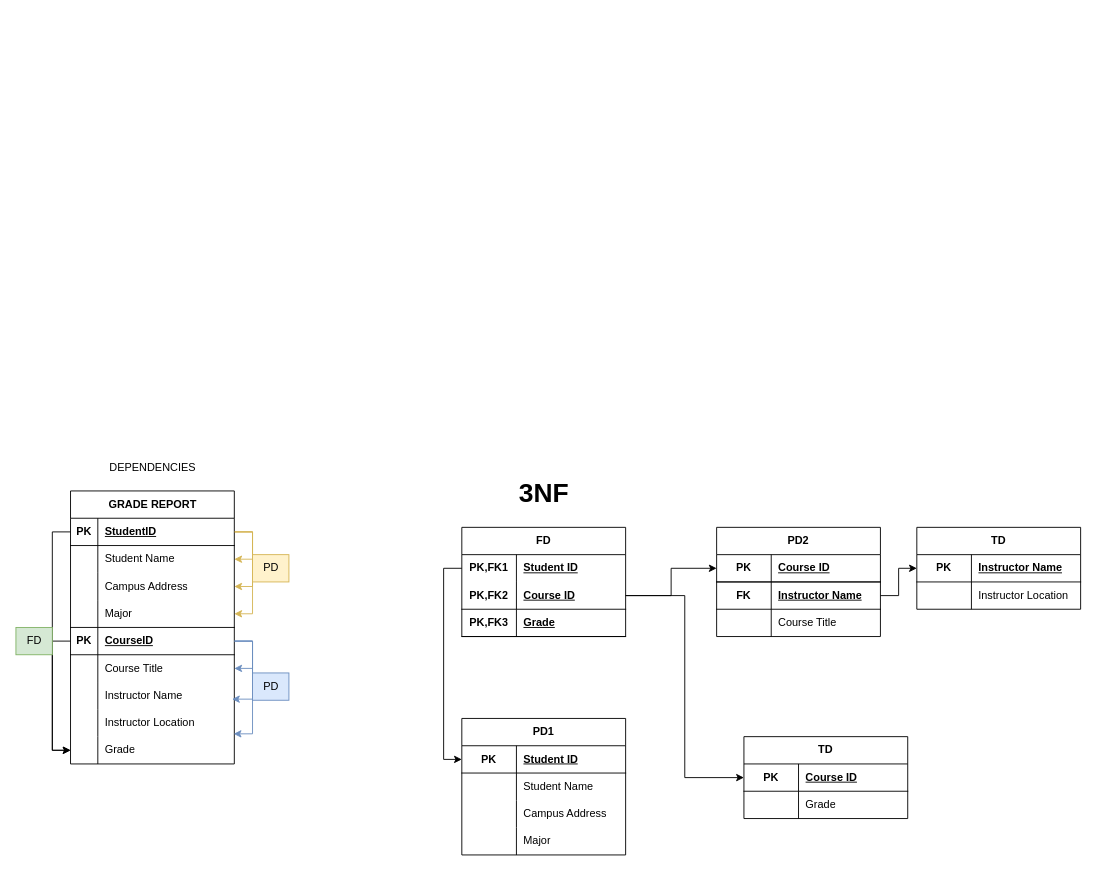
Earlier version of the draw.io diagram page "Exercise #2" (2 of 2) of Logical Models & Normalization.drawio (robeeds/is380-drawio). Source tidied: cells renumbered, new cells numbered last; positions are measured from the earlier drawing's top-left corner, leaving out a move shared by most shapes. Both pictures are drawn from the tidied source at 91%, with x=0, y=0 at pixel (15, 454).
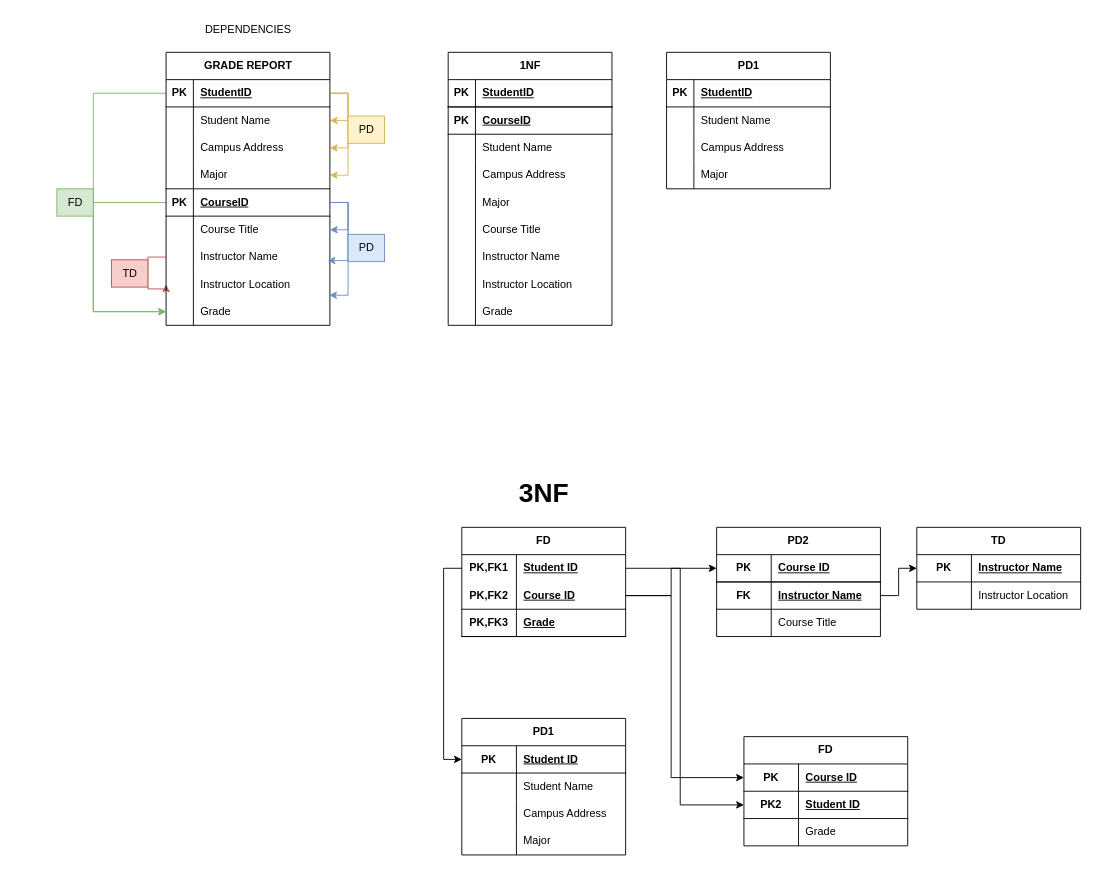
Above is the later version.

Unchanged cells that the change refers to:
```xml
<mxCell id="6" style="shape=tableRow;horizontal=0;startSize=0;swimlaneHead=0;swimlaneBody=0;fillColor=none;points=[[0,0.5],[1,0.5]];portConstraint=eastwest;top=0;left=0;right=0;bottom=0;html=1;" parent="5" vertex="1">
  <mxGeometry y="30" width="180" height="30" as="geometry" />
</mxCell>
<mxCell id="9" style="shape=tableRow;horizontal=0;startSize=0;swimlaneHead=0;swimlaneBody=0;fillColor=none;points=[[0,0.5],[1,0.5]];portConstraint=eastwest;top=0;left=0;right=0;bottom=1;html=1;" parent="5" vertex="1">
  <mxGeometry y="60" width="180" height="30" as="geometry" />
</mxCell>
<mxCell id="44" style="shape=tableRow;horizontal=0;startSize=0;swimlaneHead=0;swimlaneBody=0;fillColor=none;points=[[0,0.5],[1,0.5]];portConstraint=eastwest;top=0;left=0;right=0;bottom=1;html=1;" parent="43" vertex="1">
  <mxGeometry y="30" width="180" height="30" as="geometry" />
</mxCell>
<mxCell id="47" style="shape=tableRow;horizontal=0;startSize=0;swimlaneHead=0;swimlaneBody=0;fillColor=none;points=[[0,0.5],[1,0.5]];portConstraint=eastwest;top=0;left=0;right=0;bottom=0;html=1;" parent="43" vertex="1">
  <mxGeometry y="60" width="180" height="30" as="geometry" />
</mxCell>
<mxCell id="59" style="shape=tableRow;horizontal=0;startSize=0;swimlaneHead=0;swimlaneBody=0;fillColor=none;points=[[0,0.5],[1,0.5]];portConstraint=eastwest;top=0;left=0;right=0;bottom=1;" parent="58" vertex="1">
  <mxGeometry y="30" width="180" height="30" as="geometry" />
</mxCell>
<mxCell id="62" style="shape=tableRow;horizontal=0;startSize=0;swimlaneHead=0;swimlaneBody=0;fillColor=none;points=[[0,0.5],[1,0.5]];portConstraint=eastwest;top=0;left=0;right=0;bottom=0;" parent="58" vertex="1">
  <mxGeometry y="60" width="180" height="30" as="geometry" />
</mxCell>
<mxCell id="68" style="shape=tableRow;horizontal=0;startSize=0;swimlaneHead=0;swimlaneBody=0;fillColor=none;points=[[0,0.5],[1,0.5]];portConstraint=eastwest;top=0;left=0;right=0;bottom=0;" parent="58" vertex="1">
  <mxGeometry y="120" width="180" height="30" as="geometry" />
</mxCell>
<mxCell id="71" style="shape=tableRow;horizontal=0;startSize=0;swimlaneHead=0;swimlaneBody=0;fillColor=none;points=[[0,0.5],[1,0.5]];portConstraint=eastwest;top=1;left=0;right=0;bottom=1;" parent="58" vertex="1">
  <mxGeometry y="150" width="180" height="30" as="geometry" />
</mxCell>
<mxCell id="74" style="shape=tableRow;horizontal=0;startSize=0;swimlaneHead=0;swimlaneBody=0;fillColor=none;points=[[0,0.5],[1,0.5]];portConstraint=eastwest;top=0;left=0;right=0;bottom=0;" parent="58" vertex="1">
  <mxGeometry y="180" width="180" height="30" as="geometry" />
</mxCell>
<mxCell id="77" style="shape=tableRow;horizontal=0;startSize=0;swimlaneHead=0;swimlaneBody=0;fillColor=none;points=[[0,0.5],[1,0.5]];portConstraint=eastwest;top=0;left=0;right=0;bottom=0;" parent="58" vertex="1">
  <mxGeometry y="210" width="180" height="30" as="geometry" />
</mxCell>
<mxCell id="80" style="shape=tableRow;horizontal=0;startSize=0;swimlaneHead=0;swimlaneBody=0;fillColor=none;points=[[0,0.5],[1,0.5]];portConstraint=eastwest;top=0;left=0;right=0;bottom=0;" parent="58" vertex="1">
  <mxGeometry y="240" width="180" height="30" as="geometry" />
</mxCell>
<mxCell id="83" style="shape=tableRow;horizontal=0;startSize=0;swimlaneHead=0;swimlaneBody=0;fillColor=none;points=[[0,0.5],[1,0.5]];portConstraint=eastwest;top=0;left=0;right=0;bottom=0;" parent="58" vertex="1">
  <mxGeometry y="270" width="180" height="30" as="geometry" />
</mxCell>
```

Diff of the diagram source:
```diff
@@
-    <mxCell id="2" style="edgeStyle=orthogonalEdgeStyle;rounded=0;jettySize=auto;html=1;entryX=0;entryY=0.5;entryDx=0;entryDy=0;" parent="1" edge="1" source="59" target="83">
-      <mxGeometry relative="1" as="geometry" />
+    <mxCell id="2" style="edgeStyle=orthogonalEdgeStyle;rounded=0;jettySize=auto;html=1;entryX=0;entryY=0.5;entryDx=0;entryDy=0;fillColor=#d5e8d4;strokeColor=#82b366;" parent="1" edge="1" source="59" target="83">
+      <mxGeometry relative="1" as="geometry">
+        <Array as="points">
+          <mxPoint x="85" y="-397" />
+          <mxPoint x="85" y="-157" />
+        </Array>
+      </mxGeometry>
     </mxCell>
     <mxCell id="3" style="edgeStyle=orthogonalEdgeStyle;rounded=0;jettySize=auto;html=1;fillColor=#fff2cc;strokeColor=#d6b656;" parent="1" edge="1" source="59" target="68">
       <mxGeometry relative="1" as="geometry">
         <Array as="points">
-          <mxPoint x="260" y="85" />
-          <mxPoint x="260" y="175" />
+          <mxPoint x="365" y="-397" />
+          <mxPoint x="365" y="-307" />
         </Array>
       </mxGeometry>
     </mxCell>
     <mxCell id="4" style="edgeStyle=orthogonalEdgeStyle;rounded=0;jettySize=auto;html=1;fillColor=#fff2cc;strokeColor=#d6b656;" parent="1" edge="1" source="59" target="62">
       <mxGeometry relative="1" as="geometry">
         <Array as="points">
-          <mxPoint x="260" y="85" />
-          <mxPoint x="260" y="115" />
+          <mxPoint x="365" y="-397" />
+          <mxPoint x="365" y="-367" />
         </Array>
       </mxGeometry>
     </mxCell>
@@
-    <mxCell id="15" style="edgeStyle=orthogonalEdgeStyle;rounded=0;jettySize=auto;html=1;entryX=0;entryY=0.5;entryDx=0;entryDy=0;" parent="1" edge="1" source="71" target="83">
-      <mxGeometry relative="1" as="geometry" />
+    <mxCell id="15" style="edgeStyle=orthogonalEdgeStyle;rounded=0;jettySize=auto;html=1;entryX=0;entryY=0.5;entryDx=0;entryDy=0;fillColor=#d5e8d4;strokeColor=#82b366;" parent="1" edge="1" source="71" target="83">
+      <mxGeometry relative="1" as="geometry">
+        <Array as="points">
+          <mxPoint x="85" y="-277" />
+          <mxPoint x="85" y="-157" />
+        </Array>
+      </mxGeometry>
     </mxCell>
@@
+    <mxCell id="94" style="edgeStyle=orthogonalEdgeStyle;rounded=0;jettySize=auto;html=1;entryX=0;entryY=0.5;entryDx=0;entryDy=0;fillColor=#f8cecc;strokeColor=#b85450;" parent="1" edge="1" source="77" target="80">
+      <mxGeometry relative="1" as="geometry">
+        <Array as="points">
+          <mxPoint x="145" y="-217" />
+          <mxPoint x="145" y="-182" />
+          <mxPoint x="165" y="-182" />
+        </Array>
+      </mxGeometry>
+    </mxCell>
     <mxCell id="17" style="edgeStyle=orthogonalEdgeStyle;rounded=0;jettySize=auto;html=1;fillColor=#dae8fc;strokeColor=#6c8ebf;" parent="1" edge="1" source="71" target="74">
       <mxGeometry relative="1" as="geometry">
         <Array as="points">
-          <mxPoint x="260" y="205" />
-          <mxPoint x="260" y="235" />
+          <mxPoint x="365" y="-277" />
+          <mxPoint x="365" y="-247" />
         </Array>
       </mxGeometry>
     </mxCell>
@@
-    <mxCell id="43" value="TD" style="shape=table;startSize=30;childLayout=tableLayout;rowLines=0;fontStyle=1;align=center;html=1;whiteSpace=wrap;" parent="1" vertex="1">
-      <mxGeometry x="800" y="310" width="180" height="90" as="geometry" />
+    <mxCell id="43" value="FD" style="shape=table;startSize=30;childLayout=tableLayout;rowLines=0;fontStyle=1;align=center;html=1;whiteSpace=wrap;" parent="1" vertex="1">
+      <mxGeometry x="800" y="310" width="180" height="120" as="geometry" />
     </mxCell>
@@
-    <mxCell id="48" style="shape=partialRectangle;fillColor=none;top=0;left=0;bottom=0;right=0;overflow=hidden;html=1;whiteSpace=wrap;" parent="47" vertex="1">
+    <mxCell id="48" value="&lt;b&gt;PK2&lt;/b&gt;" style="shape=partialRectangle;fillColor=none;top=0;left=0;bottom=1;right=0;overflow=hidden;html=1;whiteSpace=wrap;" parent="47" vertex="1">
       <mxGeometry width="60" height="30" as="geometry" />
     </mxCell>
-    <mxCell id="49" value="Grade" style="shape=partialRectangle;fillColor=none;top=0;left=0;bottom=0;right=0;align=left;spacingLeft=6;overflow=hidden;html=1;whiteSpace=wrap;" parent="47" vertex="1">
+    <mxCell id="49" value="&lt;u&gt;&lt;b&gt;Student ID&lt;/b&gt;&lt;/u&gt;" style="shape=partialRectangle;fillColor=none;top=0;left=0;bottom=1;right=0;align=left;spacingLeft=6;overflow=hidden;html=1;whiteSpace=wrap;" parent="47" vertex="1">
       <mxGeometry x="60" width="120" height="30" as="geometry" />
     </mxCell>
+    <mxCell id="95" style="shape=tableRow;horizontal=0;startSize=0;swimlaneHead=0;swimlaneBody=0;fillColor=none;top=0;left=0;right=0;bottom=0;html=1;" parent="43" vertex="1">
+      <mxGeometry y="90" width="180" height="30" as="geometry" />
+    </mxCell>
+    <mxCell id="96" style="shape=partialRectangle;fillColor=none;top=0;left=0;bottom=0;right=0;overflow=hidden;html=1;whiteSpace=wrap;" parent="95" vertex="1">
+      <mxGeometry width="60" height="30" as="geometry" />
+    </mxCell>
+    <mxCell id="97" value="Grade" style="shape=partialRectangle;fillColor=none;top=0;left=0;bottom=0;right=0;align=left;spacingLeft=6;overflow=hidden;html=1;whiteSpace=wrap;" parent="95" vertex="1">
+      <mxGeometry x="60" width="120" height="30" as="geometry" />
+    </mxCell>
@@
     <mxCell id="57" value="DEPENDENCIES" style="text;html=1;align=center;verticalAlign=middle;strokeColor=none;fillColor=none;" parent="1" vertex="1">
-      <mxGeometry x="90" width="120" height="30" as="geometry" />
+      <mxGeometry x="195" y="-482" width="120" height="30" as="geometry" />
     </mxCell>
     <mxCell id="58" value="GRADE REPORT" style="shape=table;startSize=30;childLayout=tableLayout;rowLines=0;fontStyle=1;align=center;html=1;" parent="1" vertex="1">
-      <mxGeometry x="60" y="40" width="180" height="300" as="geometry" />
+      <mxGeometry x="165" y="-442" width="180" height="300" as="geometry" />
     </mxCell>
@@
     <mxCell id="89" value="PD" style="text;html=1;align=center;verticalAlign=middle;strokeColor=#d6b656;fillColor=#fff2cc;" parent="1" vertex="1">
-      <mxGeometry x="260" y="110" width="40" height="30" as="geometry" />
+      <mxGeometry x="365" y="-372" width="40" height="30" as="geometry" />
     </mxCell>
     <mxCell id="90" value="PD" style="text;html=1;align=center;verticalAlign=middle;strokeColor=#6c8ebf;fillColor=#dae8fc;" parent="1" vertex="1">
-      <mxGeometry x="260" y="240" width="40" height="30" as="geometry" />
+      <mxGeometry x="365" y="-242" width="40" height="30" as="geometry" />
     </mxCell>
     <mxCell id="91" value="FD" style="text;html=1;align=center;verticalAlign=middle;strokeColor=#82b366;fillColor=#d5e8d4;" parent="1" vertex="1">
-      <mxGeometry y="190" width="40" height="30" as="geometry" />
+      <mxGeometry x="45" y="-292" width="40" height="30" as="geometry" />
     </mxCell>
@@
     <mxCell id="93" style="edgeStyle=orthogonalEdgeStyle;rounded=0;jettySize=auto;html=1;entryX=0;entryY=0.5;entryDx=0;entryDy=0;" parent="1" edge="1" source="9" target="44">
-      <mxGeometry relative="1" as="geometry" />
+      <mxGeometry relative="1" as="geometry">
+        <Array as="points">
+          <mxPoint x="720" y="155" />
+          <mxPoint x="720" y="355" />
+        </Array>
+      </mxGeometry>
     </mxCell>
+    <mxCell id="98" style="edgeStyle=orthogonalEdgeStyle;rounded=0;jettySize=auto;html=1;entryX=0;entryY=0.5;entryDx=0;entryDy=0;" parent="1" edge="1" source="6" target="47">
+      <mxGeometry relative="1" as="geometry">
+        <Array as="points">
+          <mxPoint x="730" y="125" />
+          <mxPoint x="730" y="385" />
+        </Array>
+      </mxGeometry>
+    </mxCell>
+    <mxCell id="99" value="1NF" style="shape=table;startSize=30;childLayout=tableLayout;rowLines=0;fontStyle=1;align=center;html=1;" parent="1" vertex="1">
+      <mxGeometry x="475" y="-442" width="180" height="300" as="geometry" />
+    </mxCell>
+    <mxCell id="100" style="shape=tableRow;horizontal=0;startSize=0;swimlaneHead=0;swimlaneBody=0;fillColor=none;top=0;left=0;right=0;bottom=1;" parent="99" vertex="1">
+      <mxGeometry y="30" width="180" height="30" as="geometry" />
+    </mxCell>
+    <mxCell id="101" value="PK" style="shape=partialRectangle;fillColor=none;top=0;left=0;bottom=0;right=0;fontStyle=1;overflow=hidden;whiteSpace=wrap;html=1;" parent="100" vertex="1">
+      <mxGeometry width="30" height="30" as="geometry" />
+    </mxCell>
+    <mxCell id="102" value="StudentID" style="shape=partialRectangle;fillColor=none;top=0;left=0;bottom=0;right=0;align=left;spacingLeft=6;fontStyle=5;overflow=hidden;whiteSpace=wrap;html=1;" parent="100" vertex="1">
+      <mxGeometry x="30" width="150" height="30" as="geometry" />
+    </mxCell>
+    <mxCell id="103" style="shape=tableRow;horizontal=0;startSize=0;swimlaneHead=0;swimlaneBody=0;fillColor=none;top=1;left=0;right=0;bottom=1;" parent="99" vertex="1">
+      <mxGeometry y="60" width="180" height="30" as="geometry" />
+    </mxCell>
+    <mxCell id="104" value="&lt;b&gt;PK&lt;/b&gt;" style="shape=partialRectangle;fillColor=none;top=0;left=0;bottom=0;right=0;overflow=hidden;whiteSpace=wrap;html=1;" parent="103" vertex="1">
+      <mxGeometry width="30" height="30" as="geometry" />
+    </mxCell>
+    <mxCell id="105" value="&lt;b&gt;&lt;u&gt;CourseID&lt;/u&gt;&lt;/b&gt;" style="shape=partialRectangle;fillColor=none;top=0;left=0;bottom=0;right=0;align=left;spacingLeft=6;overflow=hidden;whiteSpace=wrap;html=1;" parent="103" vertex="1">
+      <mxGeometry x="30" width="150" height="30" as="geometry" />
+    </mxCell>
+    <mxCell id="106" style="shape=tableRow;horizontal=0;startSize=0;swimlaneHead=0;swimlaneBody=0;fillColor=none;top=0;left=0;right=0;bottom=0;" parent="99" vertex="1">
+      <mxGeometry y="90" width="180" height="30" as="geometry" />
+    </mxCell>
+    <mxCell id="107" style="shape=partialRectangle;fillColor=none;top=0;left=0;bottom=0;right=0;overflow=hidden;whiteSpace=wrap;html=1;" parent="106" vertex="1">
+      <mxGeometry width="30" height="30" as="geometry" />
+    </mxCell>
+    <mxCell id="108" value="Student Name" style="shape=partialRectangle;fillColor=none;top=0;left=0;bottom=0;right=0;align=left;spacingLeft=6;overflow=hidden;whiteSpace=wrap;html=1;" parent="106" vertex="1">
+      <mxGeometry x="30" width="150" height="30" as="geometry" />
+    </mxCell>
+    <mxCell id="109" style="shape=tableRow;horizontal=0;startSize=0;swimlaneHead=0;swimlaneBody=0;fillColor=none;top=0;left=0;right=0;bottom=0;" parent="99" vertex="1">
+      <mxGeometry y="120" width="180" height="30" as="geometry" />
+    </mxCell>
+    <mxCell id="110" style="shape=partialRectangle;fillColor=none;top=0;left=0;bottom=0;right=0;overflow=hidden;whiteSpace=wrap;html=1;" parent="109" vertex="1">
+      <mxGeometry width="30" height="30" as="geometry" />
+    </mxCell>
+    <mxCell id="111" value="Campus Address" style="shape=partialRectangle;fillColor=none;top=0;left=0;bottom=0;right=0;align=left;spacingLeft=6;overflow=hidden;whiteSpace=wrap;html=1;" parent="109" vertex="1">
+      <mxGeometry x="30" width="150" height="30" as="geometry" />
+    </mxCell>
+    <mxCell id="112" style="shape=tableRow;horizontal=0;startSize=0;swimlaneHead=0;swimlaneBody=0;fillColor=none;top=0;left=0;right=0;bottom=0;" parent="99" vertex="1">
+      <mxGeometry y="150" width="180" height="30" as="geometry" />
+    </mxCell>
+    <mxCell id="113" style="shape=partialRectangle;fillColor=none;top=0;left=0;bottom=0;right=0;overflow=hidden;whiteSpace=wrap;html=1;" parent="112" vertex="1">
+      <mxGeometry width="30" height="30" as="geometry" />
+    </mxCell>
+    <mxCell id="114" value="Major" style="shape=partialRectangle;fillColor=none;top=0;left=0;bottom=0;right=0;align=left;spacingLeft=6;overflow=hidden;whiteSpace=wrap;html=1;" parent="112" vertex="1">
+      <mxGeometry x="30" width="150" height="30" as="geometry" />
+    </mxCell>
+    <mxCell id="115" style="shape=tableRow;horizontal=0;startSize=0;swimlaneHead=0;swimlaneBody=0;fillColor=none;top=0;left=0;right=0;bottom=0;" parent="99" vertex="1">
+      <mxGeometry y="180" width="180" height="30" as="geometry" />
+    </mxCell>
+    <mxCell id="116" style="shape=partialRectangle;fillColor=none;top=0;left=0;bottom=0;right=0;overflow=hidden;whiteSpace=wrap;html=1;" parent="115" vertex="1">
+      <mxGeometry width="30" height="30" as="geometry" />
+    </mxCell>
+    <mxCell id="117" value="Course Title" style="shape=partialRectangle;fillColor=none;top=0;left=0;bottom=0;right=0;align=left;spacingLeft=6;overflow=hidden;whiteSpace=wrap;html=1;" parent="115" vertex="1">
+      <mxGeometry x="30" width="150" height="30" as="geometry" />
+    </mxCell>
+    <mxCell id="118" style="shape=tableRow;horizontal=0;startSize=0;swimlaneHead=0;swimlaneBody=0;fillColor=none;top=0;left=0;right=0;bottom=0;" parent="99" vertex="1">
+      <mxGeometry y="210" width="180" height="30" as="geometry" />
+    </mxCell>
+    <mxCell id="119" style="shape=partialRectangle;fillColor=none;top=0;left=0;bottom=0;right=0;overflow=hidden;whiteSpace=wrap;html=1;" parent="118" vertex="1">
+      <mxGeometry width="30" height="30" as="geometry" />
+    </mxCell>
+    <mxCell id="120" value="Instructor Name" style="shape=partialRectangle;fillColor=none;top=0;left=0;bottom=0;right=0;align=left;spacingLeft=6;overflow=hidden;whiteSpace=wrap;html=1;" parent="118" vertex="1">
+      <mxGeometry x="30" width="150" height="30" as="geometry" />
+    </mxCell>
+    <mxCell id="121" style="shape=tableRow;horizontal=0;startSize=0;swimlaneHead=0;swimlaneBody=0;fillColor=none;top=0;left=0;right=0;bottom=0;" parent="99" vertex="1">
+      <mxGeometry y="240" width="180" height="30" as="geometry" />
+    </mxCell>
+    <mxCell id="122" style="shape=partialRectangle;fillColor=none;top=0;left=0;bottom=0;right=0;overflow=hidden;whiteSpace=wrap;html=1;" parent="121" vertex="1">
+      <mxGeometry width="30" height="30" as="geometry" />
+    </mxCell>
+    <mxCell id="123" value="Instructor Location" style="shape=partialRectangle;fillColor=none;top=0;left=0;bottom=0;right=0;align=left;spacingLeft=6;overflow=hidden;whiteSpace=wrap;html=1;" parent="121" vertex="1">
+      <mxGeometry x="30" width="150" height="30" as="geometry" />
+    </mxCell>
+    <mxCell id="124" style="shape=tableRow;horizontal=0;startSize=0;swimlaneHead=0;swimlaneBody=0;fillColor=none;top=0;left=0;right=0;bottom=0;" parent="99" vertex="1">
+      <mxGeometry y="270" width="180" height="30" as="geometry" />
+    </mxCell>
+    <mxCell id="125" style="shape=partialRectangle;fillColor=none;top=0;left=0;bottom=0;right=0;overflow=hidden;whiteSpace=wrap;html=1;" parent="124" vertex="1">
+      <mxGeometry width="30" height="30" as="geometry" />
+    </mxCell>
+    <mxCell id="126" value="Grade" style="shape=partialRectangle;fillColor=none;top=0;left=0;bottom=0;right=0;align=left;spacingLeft=6;overflow=hidden;whiteSpace=wrap;html=1;" parent="124" vertex="1">
+      <mxGeometry x="30" width="150" height="30" as="geometry" />
+    </mxCell>
+    <mxCell id="127" value="TD" style="text;html=1;align=center;verticalAlign=middle;strokeColor=#b85450;fillColor=#f8cecc;" parent="1" vertex="1">
+      <mxGeometry x="105" y="-214" width="40" height="30" as="geometry" />
+    </mxCell>
+    <mxCell id="128" value="PD1" style="shape=table;startSize=30;childLayout=tableLayout;rowLines=0;fontStyle=1;align=center;html=1;" parent="1" vertex="1">
+      <mxGeometry x="715" y="-442" width="180" height="150" as="geometry" />
+    </mxCell>
+    <mxCell id="129" style="shape=tableRow;horizontal=0;startSize=0;swimlaneHead=0;swimlaneBody=0;fillColor=none;top=0;left=0;right=0;bottom=1;" parent="128" vertex="1">
+      <mxGeometry y="30" width="180" height="30" as="geometry" />
+    </mxCell>
+    <mxCell id="130" value="PK" style="shape=partialRectangle;fillColor=none;top=0;left=0;bottom=0;right=0;fontStyle=1;overflow=hidden;whiteSpace=wrap;html=1;" parent="129" vertex="1">
+      <mxGeometry width="30" height="30" as="geometry" />
+    </mxCell>
+    <mxCell id="131" value="StudentID" style="shape=partialRectangle;fillColor=none;top=0;left=0;bottom=0;right=0;align=left;spacingLeft=6;fontStyle=5;overflow=hidden;whiteSpace=wrap;html=1;" parent="129" vertex="1">
+      <mxGeometry x="30" width="150" height="30" as="geometry" />
+    </mxCell>
+    <mxCell id="132" style="shape=tableRow;horizontal=0;startSize=0;swimlaneHead=0;swimlaneBody=0;fillColor=none;top=0;left=0;right=0;bottom=0;" parent="128" vertex="1">
+      <mxGeometry y="60" width="180" height="30" as="geometry" />
+    </mxCell>
+    <mxCell id="133" style="shape=partialRectangle;fillColor=none;top=0;left=0;bottom=0;right=0;overflow=hidden;whiteSpace=wrap;html=1;" parent="132" vertex="1">
+      <mxGeometry width="30" height="30" as="geometry" />
+    </mxCell>
+    <mxCell id="134" value="Student Name" style="shape=partialRectangle;fillColor=none;top=0;left=0;bottom=0;right=0;align=left;spacingLeft=6;overflow=hidden;whiteSpace=wrap;html=1;" parent="132" vertex="1">
+      <mxGeometry x="30" width="150" height="30" as="geometry" />
+    </mxCell>
+    <mxCell id="135" style="shape=tableRow;horizontal=0;startSize=0;swimlaneHead=0;swimlaneBody=0;fillColor=none;top=0;left=0;right=0;bottom=0;" parent="128" vertex="1">
+      <mxGeometry y="90" width="180" height="30" as="geometry" />
+    </mxCell>
+    <mxCell id="136" style="shape=partialRectangle;fillColor=none;top=0;left=0;bottom=0;right=0;overflow=hidden;whiteSpace=wrap;html=1;" parent="135" vertex="1">
+      <mxGeometry width="30" height="30" as="geometry" />
+    </mxCell>
+    <mxCell id="137" value="Campus Address" style="shape=partialRectangle;fillColor=none;top=0;left=0;bottom=0;right=0;align=left;spacingLeft=6;overflow=hidden;whiteSpace=wrap;html=1;" parent="135" vertex="1">
+      <mxGeometry x="30" width="150" height="30" as="geometry" />
+    </mxCell>
+    <mxCell id="138" style="shape=tableRow;horizontal=0;startSize=0;swimlaneHead=0;swimlaneBody=0;fillColor=none;top=0;left=0;right=0;bottom=0;" parent="128" vertex="1">
+      <mxGeometry y="120" width="180" height="30" as="geometry" />
+    </mxCell>
+    <mxCell id="139" style="shape=partialRectangle;fillColor=none;top=0;left=0;bottom=0;right=0;overflow=hidden;whiteSpace=wrap;html=1;" parent="138" vertex="1">
+      <mxGeometry width="30" height="30" as="geometry" />
+    </mxCell>
+    <mxCell id="140" value="Major" style="shape=partialRectangle;fillColor=none;top=0;left=0;bottom=0;right=0;align=left;spacingLeft=6;overflow=hidden;whiteSpace=wrap;html=1;" parent="138" vertex="1">
+      <mxGeometry x="30" width="150" height="30" as="geometry" />
+    </mxCell>
```
